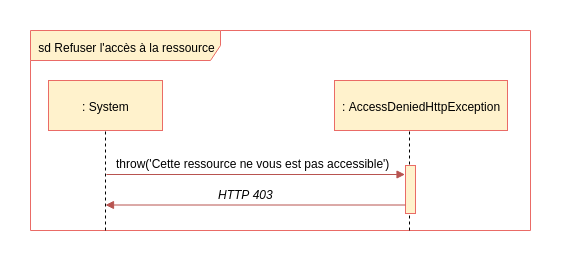
Earlier version of the draw.io export Diagrammes/Refuser_acces_ressource.png (Thibok/Bilemo). Source tidied: cells renumbered, new cells last; positions are measured from the earlier drawing's top-left corner, leaving out a move shared by most shapes.
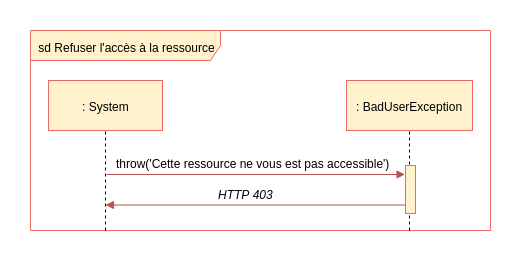
After the change.

The edit, as a diff of the source:
```diff
@@ -3,7 +3,7 @@
     <mxCell id="0" />
     <mxCell id="1" parent="0" />
     <mxCell id="2" value="sd Refuser l'accès à la ressource" style="shape=umlFrame;whiteSpace=wrap;html=1;fillColor=#fff2cc;strokeColor=#EA6B66;width=190;height=30;" parent="1" vertex="1">
-      <mxGeometry width="500" height="200" as="geometry" />
+      <mxGeometry width="460" height="200" as="geometry" />
     </mxCell>
     <mxCell id="3" style="endArrow=none;dashed=1;html=1;entryX=0.5;entryY=1;exitX=0.197;exitY=1.001;exitPerimeter=0;" parent="1" edge="1">
       <mxGeometry relative="1" as="geometry">
@@ -17,8 +17,8 @@
         <mxPoint x="75" y="92" as="targetPoint" />
       </mxGeometry>
     </mxCell>
-    <mxCell id="5" value=": AccessDeniedHttpException" style="html=1;fillColor=#fff2cc;strokeColor=#EA6B66;" parent="1" vertex="1">
-      <mxGeometry x="304" y="50" width="173" height="50" as="geometry" />
+    <mxCell id="5" value=": BadUserException" style="html=1;fillColor=#fff2cc;strokeColor=#EA6B66;" parent="1" vertex="1">
+      <mxGeometry x="316" y="50" width="126" height="50" as="geometry" />
     </mxCell>
     <mxCell id="6" style="html=1;perimeter=orthogonalPerimeter;fillColor=#fff2cc;strokeColor=#EA6B66;" parent="1" vertex="1">
       <mxGeometry x="375" y="135" width="10" height="48" as="geometry" />
```
